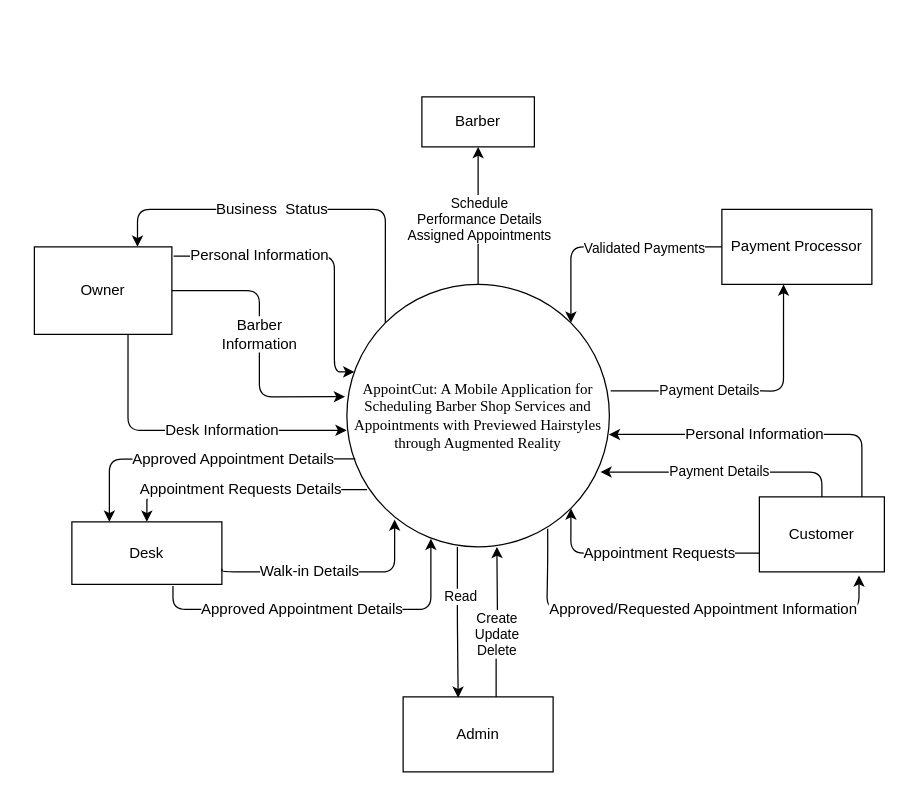
Earlier version of the draw.io diagram page "CFD" (1 of 2) of Diagrams/Context.drawio (iampotato16/AppointCut). Source tidied: cells renumbered, new cells numbered last; positions are measured from the earlier drawing's top-left corner, leaving out a move shared by most shapes. Both pictures are drawn from the tidied source at 125%, with x=0, y=0 at pixel (34, 96).
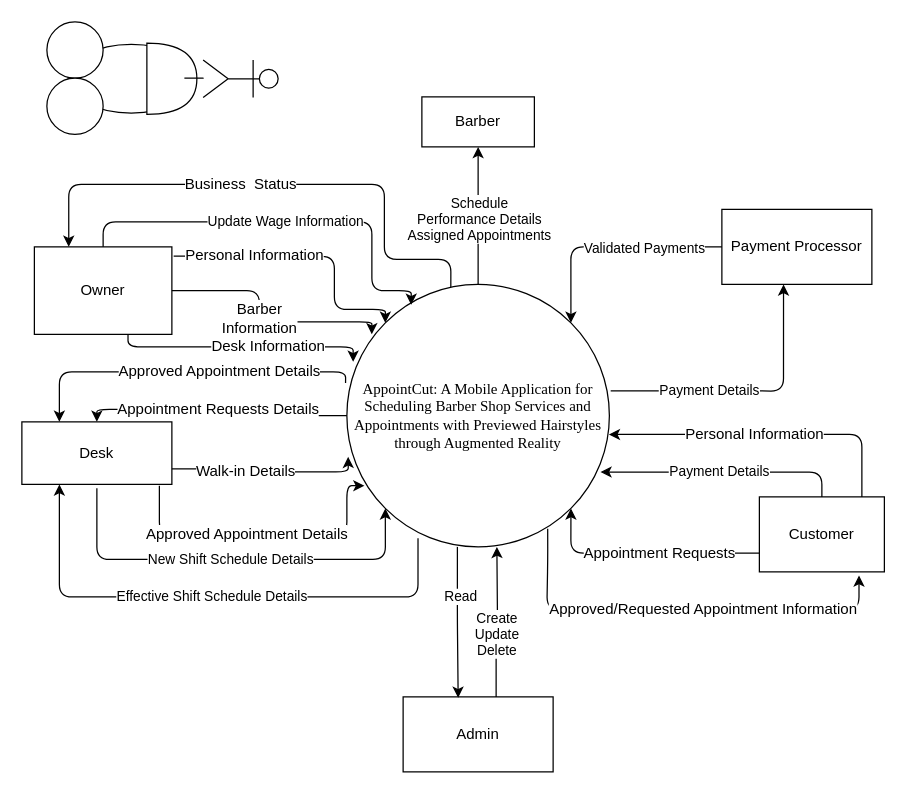
The same diagram, later.

The change refers to these unchanged cells:
```xml
<mxCell id="2" value="&lt;font style=&quot;font-size: 12px&quot;&gt;&lt;span style=&quot;font-family: &amp;#34;times new roman&amp;#34; ; color: rgb(0 , 0 , 0) ; background-color: transparent ; font-style: normal ; font-variant: normal ; text-decoration: none ; vertical-align: baseline&quot; id=&quot;docs-internal-guid-279cb4f7-7fff-44b1-516b-acc277abbe0b&quot;&gt;AppointCut: A Mobile Application for Scheduling Barber Shop Services and Appointments with Previewed Hairstyles through Augmented Reality&lt;/span&gt;&lt;/font&gt;" style="ellipse;whiteSpace=wrap;html=1;" parent="1" vertex="1">
  <mxGeometry x="250" y="150" width="210" height="210" as="geometry" />
</mxCell>
<mxCell id="3" value="Owner" style="rounded=0;whiteSpace=wrap;html=1;fontSize=12;" parent="1" vertex="1">
  <mxGeometry y="120" width="110" height="70" as="geometry" />
</mxCell>
```

The edit, as a diff of the source:
```diff
@@
+    <mxCell id="29" value="Update Wage Information" style="edgeStyle=orthogonalEdgeStyle;rounded=1;jettySize=auto;html=1;startArrow=none;startFill=0;endArrow=classic;endFill=1;entryX=0.245;entryY=0.078;entryDx=0;entryDy=0;entryPerimeter=0;" parent="1" edge="1" source="3" target="2">
+      <mxGeometry relative="1" as="geometry">
+        <Array as="points">
+          <mxPoint x="55" y="100" />
+          <mxPoint x="270" y="100" />
+          <mxPoint x="270" y="155" />
+          <mxPoint x="301" y="155" />
+        </Array>
+      </mxGeometry>
+    </mxCell>
@@
+    <mxCell id="30" value="&lt;div&gt;Effective Shift Schedule Details&lt;/div&gt;" style="edgeStyle=orthogonalEdgeStyle;rounded=1;jettySize=auto;html=1;entryX=0.271;entryY=0.967;entryDx=0;entryDy=0;entryPerimeter=0;startArrow=classic;startFill=1;endArrow=none;endFill=0;" parent="1" edge="1" source="4" target="2">
+      <mxGeometry relative="1" as="geometry">
+        <Array as="points">
+          <mxPoint x="20" y="400" />
+          <mxPoint x="307" y="400" />
+        </Array>
+      </mxGeometry>
+    </mxCell>
     <mxCell id="4" value="Desk" style="rounded=0;whiteSpace=wrap;html=1;fontSize=12;" parent="1" vertex="1">
-      <mxGeometry x="30" y="340" width="120" height="50" as="geometry" />
+      <mxGeometry x="-10" y="260" width="120" height="50" as="geometry" />
     </mxCell>
@@
-    <mxCell id="8" value="Business&amp;nbsp; Status" style="endArrow=classic;html=1;rounded=1;fontSize=12;edgeStyle=orthogonalEdgeStyle;exitX=0;exitY=0;exitDx=0;exitDy=0;entryX=0.75;entryY=0;entryDx=0;entryDy=0;" parent="1" edge="1" source="2" target="3">
+    <mxCell id="8" value="Business&amp;nbsp; Status" style="endArrow=classic;html=1;rounded=1;fontSize=12;edgeStyle=orthogonalEdgeStyle;exitX=0.396;exitY=0.01;exitDx=0;exitDy=0;entryX=0.25;entryY=0;entryDx=0;entryDy=0;exitPerimeter=0;" parent="1" edge="1" source="2" target="3">
       <mxGeometry x="0.14" relative="1" as="geometry">
         <Array as="points">
-          <mxPoint x="281" y="90" />
-          <mxPoint x="83" y="90" />
-          <mxPoint x="83" y="120" />
+          <mxPoint x="333" y="130" />
+          <mxPoint x="280" y="130" />
+          <mxPoint x="280" y="70" />
+          <mxPoint x="27" y="70" />
         </Array>
       </mxGeometry>
     </mxCell>
-    <mxCell id="9" value="Personal Information" style="endArrow=classic;html=1;rounded=1;fontSize=12;edgeStyle=orthogonalEdgeStyle;exitX=1.013;exitY=0.107;exitDx=0;exitDy=0;exitPerimeter=0;" parent="1" edge="1" source="3" target="2">
+    <mxCell id="9" value="Personal Information" style="endArrow=classic;html=1;rounded=1;fontSize=12;edgeStyle=orthogonalEdgeStyle;exitX=1.013;exitY=0.107;exitDx=0;exitDy=0;exitPerimeter=0;entryX=0;entryY=0;entryDx=0;entryDy=0;" parent="1" edge="1" source="3" target="2">
       <mxGeometry x="-0.42" relative="1" as="geometry">
         <Array as="points">
           <mxPoint x="240" y="128" />
-          <mxPoint x="240" y="220" />
+          <mxPoint x="240" y="170" />
+          <mxPoint x="281" y="170" />
         </Array>
       </mxGeometry>
     </mxCell>
-    <mxCell id="10" value="Barber&lt;br&gt;Information" style="endArrow=classic;html=1;rounded=1;fontSize=12;edgeStyle=orthogonalEdgeStyle;exitX=1;exitY=0.5;exitDx=0;exitDy=0;entryX=-0.007;entryY=0.428;entryDx=0;entryDy=0;entryPerimeter=0;" parent="1" edge="1" source="3" target="2">
+    <mxCell id="10" value="Barber&lt;br&gt;Information" style="endArrow=classic;html=1;rounded=1;fontSize=12;edgeStyle=orthogonalEdgeStyle;exitX=1;exitY=0.5;exitDx=0;exitDy=0;entryX=0.095;entryY=0.19;entryDx=0;entryDy=0;entryPerimeter=0;" parent="1" edge="1" source="3" target="2">
       <mxGeometry x="-0.06" relative="1" as="geometry">
         <Array as="points">
           <mxPoint x="180" y="155" />
-          <mxPoint x="180" y="240" />
+          <mxPoint x="180" y="180" />
+          <mxPoint x="270" y="180" />
         </Array>
       </mxGeometry>
     </mxCell>
-    <mxCell id="11" value="Desk Information" style="endArrow=classic;html=1;rounded=1;fontSize=12;edgeStyle=orthogonalEdgeStyle;exitX=0.681;exitY=1.002;exitDx=0;exitDy=0;entryX=-0.001;entryY=0.556;entryDx=0;entryDy=0;entryPerimeter=0;exitPerimeter=0;" parent="1" edge="1" source="3" target="2">
+    <mxCell id="11" value="Desk Information" style="endArrow=classic;html=1;rounded=1;fontSize=12;edgeStyle=orthogonalEdgeStyle;exitX=0.681;exitY=1.002;exitDx=0;exitDy=0;entryX=0.024;entryY=0.295;entryDx=0;entryDy=0;entryPerimeter=0;exitPerimeter=0;" parent="1" edge="1" source="3" target="2">
       <mxGeometry x="0.21" relative="1" as="geometry">
         <Array as="points">
-          <mxPoint x="75" y="267" />
+          <mxPoint x="75" y="200" />
+          <mxPoint x="255" y="200" />
         </Array>
       </mxGeometry>
     </mxCell>
-    <mxCell id="12" value="Approved Appointment Details" style="endArrow=classic;html=1;rounded=1;fontSize=12;edgeStyle=orthogonalEdgeStyle;exitX=0.032;exitY=0.665;exitDx=0;exitDy=0;exitPerimeter=0;entryX=0.25;entryY=0;entryDx=0;entryDy=0;" parent="1" edge="1" source="2" target="4">
+    <mxCell id="12" value="Approved Appointment Details" style="endArrow=classic;html=1;rounded=1;fontSize=12;edgeStyle=orthogonalEdgeStyle;exitX=-0.005;exitY=0.376;exitDx=0;exitDy=0;exitPerimeter=0;entryX=0.25;entryY=0;entryDx=0;entryDy=0;" parent="1" edge="1" source="2" target="4">
       <mxGeometry x="-0.21" relative="1" as="geometry">
         <Array as="points">
-          <mxPoint x="60" y="290" />
+          <mxPoint x="249" y="220" />
+          <mxPoint x="20" y="220" />
         </Array>
       </mxGeometry>
     </mxCell>
-    <mxCell id="13" value="Walk-in Details" style="endArrow=classic;html=1;rounded=1;fontSize=12;edgeStyle=orthogonalEdgeStyle;exitX=1;exitY=0.75;exitDx=0;exitDy=0;entryX=0.182;entryY=0.896;entryDx=0;entryDy=0;entryPerimeter=0;" parent="1" edge="1" source="4" target="2">
+    <mxCell id="13" value="Walk-in Details" style="endArrow=classic;html=1;rounded=1;fontSize=12;edgeStyle=orthogonalEdgeStyle;exitX=1;exitY=0.75;exitDx=0;exitDy=0;entryX=0.005;entryY=0.657;entryDx=0;entryDy=0;entryPerimeter=0;" parent="1" edge="1" source="4" target="2">
       <mxGeometry x="-0.21" relative="1" as="geometry">
         <Array as="points">
-          <mxPoint x="150" y="380" />
-          <mxPoint x="288" y="380" />
+          <mxPoint x="150" y="298" />
+          <mxPoint x="150" y="300" />
+          <mxPoint x="251" y="300" />
         </Array>
       </mxGeometry>
     </mxCell>
-    <mxCell id="14" value="Approved Appointment Details" style="endArrow=classic;html=1;rounded=1;fontSize=12;edgeStyle=orthogonalEdgeStyle;exitX=0.674;exitY=1.026;exitDx=0;exitDy=0;exitPerimeter=0;entryX=0.32;entryY=0.969;entryDx=0;entryDy=0;entryPerimeter=0;" parent="1" edge="1" source="4" target="2">
-      <mxGeometry x="-0.13" relative="1" as="geometry">
+    <mxCell id="14" value="Approved Appointment Details" style="endArrow=classic;html=1;rounded=1;fontSize=12;edgeStyle=orthogonalEdgeStyle;entryX=0.067;entryY=0.767;entryDx=0;entryDy=0;entryPerimeter=0;" parent="1" edge="1" target="2">
+      <mxGeometry x="-0.1" relative="1" as="geometry">
+        <mxPoint x="100" y="311" as="sourcePoint" />
         <Array as="points">
-          <mxPoint x="111" y="410" />
-          <mxPoint x="317" y="410" />
+          <mxPoint x="100" y="350" />
+          <mxPoint x="250" y="350" />
+          <mxPoint x="250" y="311" />
         </Array>
       </mxGeometry>
     </mxCell>
@@
-    <mxCell id="18" value="Appointment Requests Details" style="endArrow=classic;html=1;rounded=1;fontSize=12;edgeStyle=orthogonalEdgeStyle;exitX=0.077;exitY=0.782;exitDx=0;exitDy=0;exitPerimeter=0;entryX=0.5;entryY=0;entryDx=0;entryDy=0;" parent="1" edge="1" source="2" target="4">
+    <mxCell id="18" value="Appointment Requests Details" style="endArrow=classic;html=1;rounded=1;fontSize=12;edgeStyle=orthogonalEdgeStyle;exitX=0;exitY=0.5;exitDx=0;exitDy=0;entryX=0.5;entryY=0;entryDx=0;entryDy=0;" parent="1" edge="1" source="2" target="4">
       <mxGeometry relative="1" as="geometry" />
     </mxCell>
@@
+    <mxCell id="31" value="New Shift Schedule Details" style="endArrow=classic;html=1;edgeStyle=orthogonalEdgeStyle;rounded=1;entryX=0;entryY=1;entryDx=0;entryDy=0;startArrow=none;startFill=0;" parent="1" edge="1" target="2">
+      <mxGeometry relative="1" as="geometry">
+        <mxPoint x="50" y="313" as="sourcePoint" />
+        <Array as="points">
+          <mxPoint x="50" y="370" />
+          <mxPoint x="281" y="370" />
+        </Array>
+      </mxGeometry>
+    </mxCell>
+    <mxCell id="32" style="group;" parent="1" vertex="1">
+      <mxGeometry x="10" y="-60" width="185" height="90" as="geometry" />
+    </mxCell>
+    <mxCell id="33" style="ellipse;whiteSpace=wrap;html=1;direction=south;rotation=90;" parent="32" vertex="1">
+      <mxGeometry x="40" y="-5" width="55" height="101" as="geometry" />
+    </mxCell>
+    <mxCell id="34" style="ellipse;whiteSpace=wrap;html=1;" parent="32" vertex="1">
+      <mxGeometry width="45" height="45" as="geometry" />
+    </mxCell>
+    <mxCell id="35" style="ellipse;whiteSpace=wrap;html=1;" parent="32" vertex="1">
+      <mxGeometry y="45" width="45" height="45" as="geometry" />
+    </mxCell>
+    <mxCell id="36" style="shape=umlActor;verticalLabelPosition=bottom;verticalAlign=top;html=1;rotation=90;" parent="32" vertex="1">
+      <mxGeometry x="140" y="15.5" width="30" height="60" as="geometry" />
+    </mxCell>
+    <mxCell id="37" style="shape=or;whiteSpace=wrap;html=1;" parent="32" vertex="1">
+      <mxGeometry x="80" y="17" width="40" height="57" as="geometry" />
+    </mxCell>
+    <mxCell id="38" style="endArrow=none;html=1;rounded=1;edgeStyle=orthogonalEdgeStyle;" parent="32" edge="1">
+      <mxGeometry relative="1" as="geometry">
+        <mxPoint x="110" y="45" as="sourcePoint" />
+        <mxPoint x="110" y="45" as="targetPoint" />
+        <Array as="points">
+          <mxPoint x="130" y="45" />
+          <mxPoint x="110" y="45" />
+        </Array>
+      </mxGeometry>
+    </mxCell>
```
